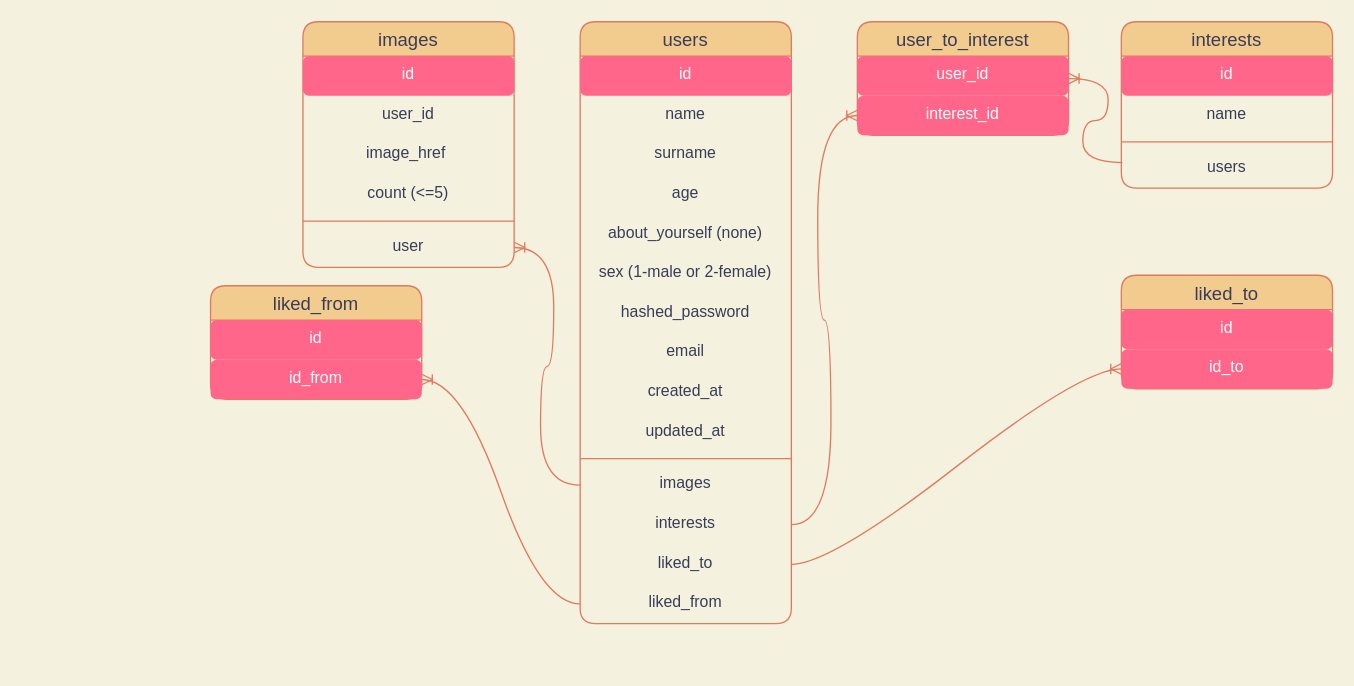
Earlier version of the draw.io diagram Diagram/Database.drawio (andrey-blight/ademy). Source tidied: cells renumbered, new cells numbered last; positions are measured from the earlier drawing's top-left corner, leaving out a move shared by most shapes. Both pictures are drawn from the tidied source at 132%, with x=0, y=0 at pixel (210, 21).
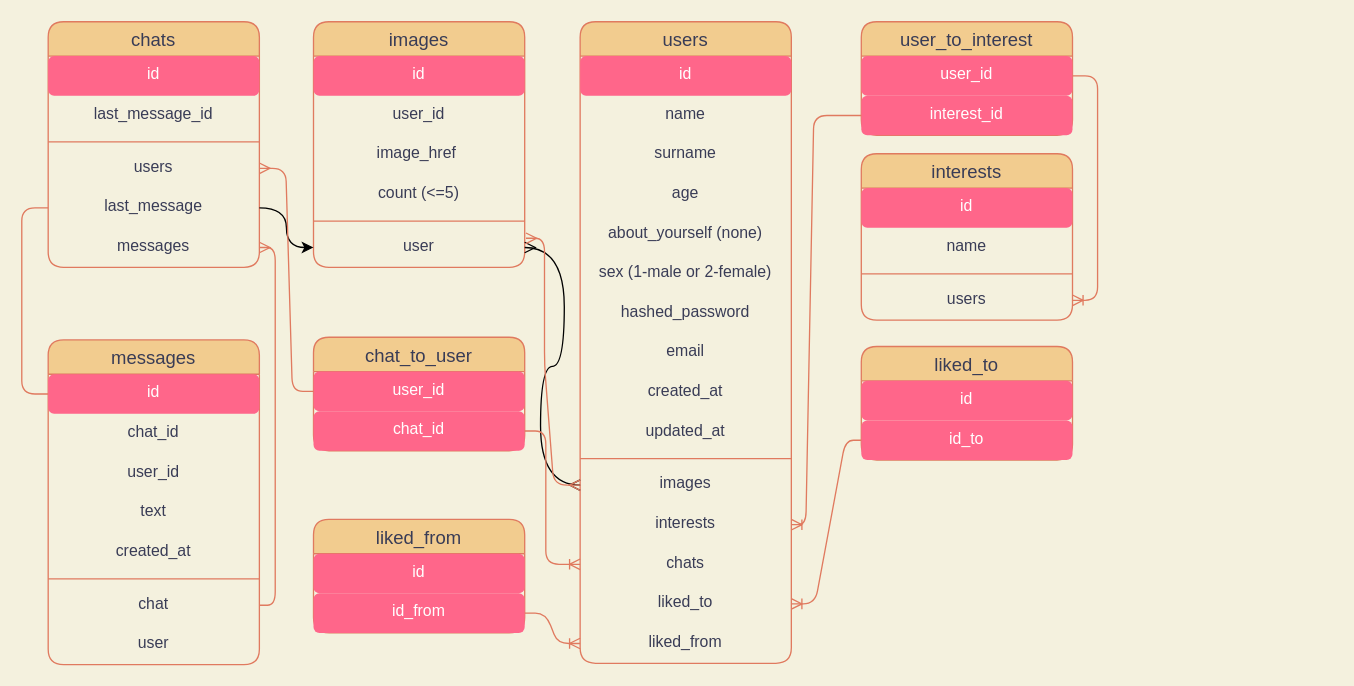
The same diagram, later.

Commit message (it also covers changes not shown here):
Edit database and database diagram

The change refers to these unchanged cells:
```xml
<mxCell id="14" value="images" style="text;spacingLeft=4;spacingRight=4;overflow=hidden;points=[[0,0.5],[1,0.5]];portConstraint=eastwest;fontSize=12;align=center;fontColor=#393C56;rounded=1;" parent="2" vertex="1">
  <mxGeometry y="336" width="160" height="30" as="geometry" />
</mxCell>
<mxCell id="15" value="interests" style="text;spacingLeft=4;spacingRight=4;overflow=hidden;points=[[0,0.5],[1,0.5]];portConstraint=eastwest;fontSize=12;align=center;fontColor=#393C56;rounded=1;" parent="2" vertex="1">
  <mxGeometry y="366" width="160" height="30" as="geometry" />
</mxCell>
<mxCell id="22" value="users" style="text;strokeColor=none;fillColor=none;spacingLeft=4;spacingRight=4;overflow=hidden;points=[[0,0.5],[1,0.5]];portConstraint=eastwest;fontSize=12;align=center;fontColor=#393C56;rounded=1;" parent="18" vertex="1">
  <mxGeometry y="96" width="160" height="30" as="geometry" />
</mxCell>
<mxCell id="24" value="user_id" style="text;spacingLeft=4;spacingRight=4;overflow=hidden;points=[[0,0.5],[1,0.5]];portConstraint=eastwest;fontSize=12;align=center;fillColor=#FF668A;strokeColor=none;fontColor=#ffffff;rounded=1;" parent="23" vertex="1">
  <mxGeometry y="26" width="160" height="30" as="geometry" />
</mxCell>
<mxCell id="25" value="interest_id" style="text;spacingLeft=4;spacingRight=4;overflow=hidden;points=[[0,0.5],[1,0.5]];portConstraint=eastwest;fontSize=12;align=center;fillColor=#FF668A;strokeColor=none;fontColor=#ffffff;rounded=1;" parent="23" vertex="1">
  <mxGeometry y="56" width="160" height="30" as="geometry" />
</mxCell>
<mxCell id="34" value="user" style="text;strokeColor=none;fillColor=none;spacingLeft=4;spacingRight=4;overflow=hidden;points=[[0,0.5],[1,0.5]];portConstraint=eastwest;fontSize=12;align=center;fontColor=#393C56;rounded=1;" parent="28" vertex="1">
  <mxGeometry y="156" width="160" height="30" as="geometry" />
</mxCell>
<mxCell id="38" value="id_to" style="text;spacingLeft=4;spacingRight=4;overflow=hidden;points=[[0,0.5],[1,0.5]];portConstraint=eastwest;fontSize=12;align=center;fillColor=#FF668A;strokeColor=none;fontColor=#ffffff;rounded=1;" parent="36" vertex="1">
  <mxGeometry y="56" width="160" height="30" as="geometry" />
</mxCell>
<mxCell id="42" value="id_from" style="text;spacingLeft=4;spacingRight=4;overflow=hidden;points=[[0,0.5],[1,0.5]];portConstraint=eastwest;fontSize=12;align=center;fillColor=#FF668A;strokeColor=none;fontColor=#ffffff;rounded=1;" parent="40" vertex="1">
  <mxGeometry y="56" width="160" height="30" as="geometry" />
</mxCell>
```

The edit, as a diff of the source:
```diff
@@
     <mxCell id="2" value="users" style="swimlane;fontStyle=0;horizontal=1;startSize=26;align=center;fontSize=14;fillColor=#F2CC8F;strokeColor=#E07A5F;fontColor=#393C56;rounded=1;" parent="1" vertex="1">
-      <mxGeometry x="280" width="160" height="456" as="geometry" />
+      <mxGeometry x="280" width="160" height="486" as="geometry" />
     </mxCell>
@@
+    <mxCell id="44" value="chats" style="text;spacingLeft=4;spacingRight=4;overflow=hidden;points=[[0,0.5],[1,0.5]];portConstraint=eastwest;fontSize=12;align=center;fontColor=#393C56;rounded=1;" parent="2" vertex="1">
+      <mxGeometry y="396" width="160" height="30" as="geometry" />
+    </mxCell>
     <mxCell id="16" value="liked_to" style="text;spacingLeft=4;spacingRight=4;overflow=hidden;points=[[0,0.5],[1,0.5]];portConstraint=eastwest;fontSize=12;align=center;fontColor=#393C56;rounded=1;" parent="2" vertex="1">
-      <mxGeometry y="396" width="160" height="30" as="geometry" />
+      <mxGeometry y="426" width="160" height="30" as="geometry" />
     </mxCell>
     <mxCell id="17" value="liked_from" style="text;spacingLeft=4;spacingRight=4;overflow=hidden;points=[[0,0.5],[1,0.5]];portConstraint=eastwest;fontSize=12;align=center;fontColor=#393C56;rounded=1;" parent="2" vertex="1">
-      <mxGeometry y="426" width="160" height="30" as="geometry" />
+      <mxGeometry y="456" width="160" height="30" as="geometry" />
     </mxCell>
     <mxCell id="18" value="interests" style="swimlane;fontStyle=0;horizontal=1;startSize=26;align=center;fontSize=14;fillColor=#F2CC8F;strokeColor=#E07A5F;fontColor=#393C56;rounded=1;" parent="1" vertex="1">
-      <mxGeometry x="690" width="160" height="126" as="geometry" />
+      <mxGeometry x="493" y="100" width="160" height="126" as="geometry" />
     </mxCell>
@@
     <mxCell id="23" value="user_to_interest" style="swimlane;fontStyle=0;horizontal=1;startSize=26;align=center;fontSize=14;fillColor=#F2CC8F;strokeColor=#E07A5F;fontColor=#393C56;rounded=1;" parent="1" vertex="1">
-      <mxGeometry x="490" width="160" height="86" as="geometry" />
+      <mxGeometry x="493" width="160" height="86" as="geometry" />
     </mxCell>
@@
-    <mxCell id="26" style="edgeStyle=entityRelationEdgeStyle;fontSize=12;html=1;endArrow=ERoneToMany;exitX=0.005;exitY=0.355;exitDx=0;exitDy=0;exitPerimeter=0;entryX=1;entryY=0.5;entryDx=0;entryDy=0;labelBackgroundColor=#F4F1DE;strokeColor=#E07A5F;fontColor=#393C56;curved=1;" parent="1" edge="1" source="22" target="23">
-      <mxGeometry relative="1" as="geometry" />
+    <mxCell id="26" style="fontSize=12;html=1;endArrow=ERoneToMany;exitX=1;exitY=0.5;exitDx=0;exitDy=0;labelBackgroundColor=#F4F1DE;strokeColor=#E07A5F;fontColor=#393C56;entryX=1;entryY=0.5;entryDx=0;entryDy=0;" parent="1" edge="1" source="24" target="22">
+      <mxGeometry relative="1" as="geometry">
+        <Array as="points">
+          <mxPoint x="672" y="41" />
+          <mxPoint x="672" y="211" />
+        </Array>
+      </mxGeometry>
     </mxCell>
-    <mxCell id="27" style="edgeStyle=entityRelationEdgeStyle;fontSize=12;html=1;endArrow=ERoneToMany;exitX=1;exitY=0.5;exitDx=0;exitDy=0;labelBackgroundColor=#F4F1DE;strokeColor=#E07A5F;fontColor=#393C56;curved=1;" parent="1" edge="1" source="15" target="25">
-      <mxGeometry relative="1" as="geometry" />
+    <mxCell id="27" style="fontSize=12;html=1;endArrow=ERoneToMany;exitX=0;exitY=0.5;exitDx=0;exitDy=0;labelBackgroundColor=#F4F1DE;strokeColor=#E07A5F;fontColor=#393C56;entryX=1;entryY=0.5;entryDx=0;entryDy=0;" parent="1" edge="1" source="25" target="15">
+      <mxGeometry relative="1" as="geometry">
+        <Array as="points">
+          <mxPoint x="457" y="71" />
+          <mxPoint x="451" y="381" />
+        </Array>
+      </mxGeometry>
     </mxCell>
     <mxCell id="28" value="images" style="swimlane;fontStyle=0;horizontal=1;startSize=26;align=center;fontSize=14;fillColor=#F2CC8F;strokeColor=#E07A5F;fontColor=#393C56;rounded=1;" parent="1" vertex="1">
-      <mxGeometry x="70" width="160" height="186" as="geometry" />
+      <mxGeometry x="78" width="160" height="186" as="geometry" />
     </mxCell>
@@
-    <mxCell id="35" style="edgeStyle=entityRelationEdgeStyle;fontSize=12;html=1;endArrow=ERoneToMany;entryX=1;entryY=0.5;entryDx=0;entryDy=0;exitX=0;exitY=0.5;exitDx=0;exitDy=0;labelBackgroundColor=#F4F1DE;strokeColor=#E07A5F;fontColor=#393C56;curved=1;" parent="1" edge="1" source="14" target="34">
-      <mxGeometry relative="1" as="geometry" />
-    </mxCell>
     <mxCell id="36" value="liked_to" style="swimlane;fontStyle=0;horizontal=1;startSize=26;align=center;fontSize=14;fillColor=#F2CC8F;strokeColor=#E07A5F;fontColor=#393C56;rounded=1;" parent="1" vertex="1">
-      <mxGeometry x="690" y="192" width="160" height="86" as="geometry" />
+      <mxGeometry x="493" y="246" width="160" height="86" as="geometry" />
     </mxCell>
@@
-    <mxCell id="39" style="edgeStyle=entityRelationEdgeStyle;fontSize=12;html=1;endArrow=ERoneToMany;exitX=1;exitY=0.5;exitDx=0;exitDy=0;labelBackgroundColor=#F4F1DE;strokeColor=#E07A5F;fontColor=#393C56;curved=1;" parent="1" edge="1" source="16" target="38">
-      <mxGeometry relative="1" as="geometry" />
+    <mxCell id="39" style="fontSize=12;html=1;endArrow=ERoneToMany;labelBackgroundColor=#F4F1DE;strokeColor=#E07A5F;fontColor=#393C56;entryX=1;entryY=0.5;entryDx=0;entryDy=0;exitX=0;exitY=0.5;exitDx=0;exitDy=0;" parent="1" edge="1" source="38" target="16">
+      <mxGeometry relative="1" as="geometry">
+        <Array as="points">
+          <mxPoint x="481" y="317" />
+          <mxPoint x="458" y="441" />
+        </Array>
+      </mxGeometry>
     </mxCell>
+    <mxCell id="43" style="fontSize=12;html=1;endArrow=ERoneToMany;entryX=0;entryY=0.5;entryDx=0;entryDy=0;labelBackgroundColor=#F4F1DE;strokeColor=#E07A5F;fontColor=#393C56;exitX=1;exitY=0.5;exitDx=0;exitDy=0;" parent="1" edge="1" source="42" target="17">
+      <mxGeometry relative="1" as="geometry">
+        <Array as="points">
+          <mxPoint x="254" y="448" />
+          <mxPoint x="263" y="471" />
+        </Array>
+      </mxGeometry>
+    </mxCell>
+    <mxCell id="45" value="chats" style="swimlane;fontStyle=0;horizontal=1;startSize=26;align=center;fontSize=14;fillColor=#F2CC8F;strokeColor=#E07A5F;fontColor=#393C56;rounded=1;" parent="1" vertex="1">
+      <mxGeometry x="-123" width="160" height="186" as="geometry" />
+    </mxCell>
+    <mxCell id="46" value="id" style="text;spacingLeft=4;spacingRight=4;overflow=hidden;fontSize=12;align=center;fillColor=#FF668A;strokeColor=none;fontColor=#ffffff;rounded=1;" parent="45" vertex="1">
+      <mxGeometry y="26" width="160" height="30" as="geometry" />
+    </mxCell>
+    <mxCell id="47" value="last_message_id" style="text;strokeColor=none;fillColor=none;spacingLeft=4;spacingRight=4;overflow=hidden;fontSize=12;align=center;fontColor=#393C56;rounded=1;" parent="45" vertex="1">
+      <mxGeometry y="56" width="160" height="30" as="geometry" />
+    </mxCell>
+    <mxCell id="48" style="line;strokeWidth=1;dashed=0;labelPosition=right;align=left;verticalAlign=middle;spacingTop=0;spacingLeft=6;labelBackgroundColor=#F4F1DE;fillColor=#F2CC8F;strokeColor=#E07A5F;fontColor=#393C56;rounded=1;" parent="45" vertex="1">
+      <mxGeometry y="86" width="160" height="10" as="geometry" />
+    </mxCell>
+    <mxCell id="49" value="users" style="text;strokeColor=none;fillColor=none;spacingLeft=4;spacingRight=4;overflow=hidden;points=[[0,0.5],[1,0.5]];portConstraint=eastwest;fontSize=12;align=center;fontColor=#393C56;rounded=1;" parent="45" vertex="1">
+      <mxGeometry y="96" width="160" height="30" as="geometry" />
+    </mxCell>
+    <mxCell id="50" value="last_message" style="text;strokeColor=none;fillColor=none;spacingLeft=4;spacingRight=4;overflow=hidden;points=[[0,0.5],[1,0.5]];portConstraint=eastwest;fontSize=12;align=center;fontColor=#393C56;rounded=1;" parent="45" vertex="1">
+      <mxGeometry y="126" width="160" height="30" as="geometry" />
+    </mxCell>
+    <mxCell id="51" value="messages" style="text;strokeColor=none;fillColor=none;spacingLeft=4;spacingRight=4;overflow=hidden;points=[[0,0.5],[1,0.5]];portConstraint=eastwest;fontSize=12;align=center;fontColor=#393C56;rounded=1;" parent="45" vertex="1">
+      <mxGeometry y="156" width="160" height="30" as="geometry" />
+    </mxCell>
+    <mxCell id="52" style="edgeStyle=orthogonalEdgeStyle;jettySize=auto;html=1;curved=1;" parent="1" edge="1" source="50" target="34">
+      <mxGeometry relative="1" as="geometry" />
+    </mxCell>
+    <mxCell id="53" value="chat_to_user" style="swimlane;fontStyle=0;horizontal=1;startSize=26;align=center;fontSize=14;fillColor=#F2CC8F;strokeColor=#E07A5F;fontColor=#393C56;rounded=1;" parent="1" vertex="1">
+      <mxGeometry x="78" y="239" width="160" height="86" as="geometry" />
+    </mxCell>
+    <mxCell id="54" value="user_id" style="text;spacingLeft=4;spacingRight=4;overflow=hidden;points=[[0,0.5],[1,0.5]];portConstraint=eastwest;fontSize=12;align=center;fillColor=#FF668A;strokeColor=none;fontColor=#ffffff;rounded=1;" parent="53" vertex="1">
+      <mxGeometry y="26" width="160" height="30" as="geometry" />
+    </mxCell>
+    <mxCell id="55" value="chat_id" style="text;spacingLeft=4;spacingRight=4;overflow=hidden;points=[[0,0.5],[1,0.5]];portConstraint=eastwest;fontSize=12;align=center;fillColor=#FF668A;strokeColor=none;fontColor=#ffffff;rounded=1;" parent="53" vertex="1">
+      <mxGeometry y="56" width="160" height="30" as="geometry" />
+    </mxCell>
+    <mxCell id="35" style="edgeStyle=entityRelationEdgeStyle;fontSize=12;html=1;endArrow=ERmany;startArrow=ERmany;exitX=0;exitY=0.5;exitDx=0;exitDy=0;entryX=1;entryY=0.5;entryDx=0;entryDy=0;curved=1;" parent="1" edge="1" source="14" target="34">
+      <mxGeometry relative="1" as="geometry" />
+    </mxCell>
+    <mxCell id="56" style="fontSize=12;html=1;endArrow=ERmany;startArrow=ERmany;entryX=0;entryY=0.5;entryDx=0;entryDy=0;exitX=1.006;exitY=0.267;exitDx=0;exitDy=0;exitPerimeter=0;fillColor=#60a917;strokeColor=#E07A5F;" parent="1" edge="1" source="34" target="14">
+      <mxGeometry relative="1" as="geometry">
+        <Array as="points">
+          <mxPoint x="253" y="164" />
+          <mxPoint x="253" y="260" />
+          <mxPoint x="260" y="351" />
+        </Array>
+      </mxGeometry>
+    </mxCell>
+    <mxCell id="57" style="fontSize=12;html=1;endArrow=ERoneToMany;exitX=1;exitY=0.5;exitDx=0;exitDy=0;labelBackgroundColor=#F4F1DE;strokeColor=#E07A5F;fontColor=#393C56;sketch=0;shadow=0;fixDash=1;strokeWidth=1;comic=0;orthogonal=0;entryX=0;entryY=0.5;entryDx=0;entryDy=0;" parent="1" edge="1" source="55" target="44">
+      <mxGeometry relative="1" as="geometry">
+        <Array as="points">
+          <mxPoint x="254" y="310" />
+          <mxPoint x="254" y="411" />
+        </Array>
+      </mxGeometry>
+    </mxCell>
+    <mxCell id="58" style="fontSize=12;html=1;endArrow=none;startArrow=ERmany;entryX=0;entryY=0.5;entryDx=0;entryDy=0;fillColor=#60a917;strokeColor=#E07A5F;endFill=0;exitX=1;exitY=0.5;exitDx=0;exitDy=0;" parent="1" edge="1" source="49" target="54">
+      <mxGeometry relative="1" as="geometry">
+        <Array as="points">
+          <mxPoint x="57" y="111" />
+          <mxPoint x="62" y="280" />
+        </Array>
+      </mxGeometry>
+    </mxCell>
     <mxCell id="40" value="liked_from" style="swimlane;fontStyle=0;horizontal=1;startSize=26;align=center;fontSize=14;fillColor=#F2CC8F;strokeColor=#E07A5F;fontColor=#393C56;rounded=1;" parent="1" vertex="1">
-      <mxGeometry y="200" width="160" height="86" as="geometry" />
+      <mxGeometry x="78" y="377" width="160" height="86" as="geometry" />
     </mxCell>
@@
-    <mxCell id="43" style="edgeStyle=entityRelationEdgeStyle;fontSize=12;html=1;endArrow=ERoneToMany;exitX=0;exitY=0.5;exitDx=0;exitDy=0;entryX=1;entryY=0.5;entryDx=0;entryDy=0;labelBackgroundColor=#F4F1DE;strokeColor=#E07A5F;fontColor=#393C56;curved=1;" parent="1" edge="1" source="17" target="42">
-      <mxGeometry relative="1" as="geometry" />
-    </mxCell>
+    <mxCell id="59" value="messages" style="swimlane;fontStyle=0;horizontal=1;startSize=26;align=center;fontSize=14;fillColor=#F2CC8F;strokeColor=#E07A5F;fontColor=#393C56;rounded=1;" parent="1" vertex="1">
+      <mxGeometry x="-123" y="241" width="160" height="246" as="geometry" />
+    </mxCell>
+    <mxCell id="60" value="id" style="text;spacingLeft=4;spacingRight=4;overflow=hidden;points=[[0,0.5],[1,0.5]];portConstraint=eastwest;fontSize=12;align=center;fillColor=#FF668A;strokeColor=none;fontColor=#ffffff;rounded=1;" parent="59" vertex="1">
+      <mxGeometry y="26" width="160" height="30" as="geometry" />
+    </mxCell>
+    <mxCell id="61" value="chat_id" style="text;strokeColor=none;fillColor=none;spacingLeft=4;spacingRight=4;overflow=hidden;fontSize=12;align=center;fontColor=#393C56;rounded=1;" parent="59" vertex="1">
+      <mxGeometry y="56" width="160" height="30" as="geometry" />
+    </mxCell>
+    <mxCell id="62" value="user_id" style="text;strokeColor=none;fillColor=none;spacingLeft=4;spacingRight=4;overflow=hidden;fontSize=12;align=center;fontColor=#393C56;rounded=1;" parent="59" vertex="1">
+      <mxGeometry y="86" width="160" height="30" as="geometry" />
+    </mxCell>
+    <mxCell id="63" value="text" style="text;strokeColor=none;fillColor=none;spacingLeft=4;spacingRight=4;overflow=hidden;fontSize=12;align=center;fontColor=#393C56;rounded=1;" parent="59" vertex="1">
+      <mxGeometry y="116" width="160" height="30" as="geometry" />
+    </mxCell>
+    <mxCell id="64" value="created_at" style="text;strokeColor=none;fillColor=none;spacingLeft=4;spacingRight=4;overflow=hidden;fontSize=12;align=center;fontColor=#393C56;rounded=1;" parent="59" vertex="1">
+      <mxGeometry y="146" width="160" height="30" as="geometry" />
+    </mxCell>
+    <mxCell id="65" style="line;strokeWidth=1;dashed=0;labelPosition=right;align=left;verticalAlign=middle;spacingTop=0;spacingLeft=6;labelBackgroundColor=#F4F1DE;fillColor=#F2CC8F;strokeColor=#E07A5F;fontColor=#393C56;rounded=1;" parent="59" vertex="1">
+      <mxGeometry y="176" width="160" height="10" as="geometry" />
+    </mxCell>
+    <mxCell id="66" value="chat" style="text;strokeColor=none;fillColor=none;spacingLeft=4;spacingRight=4;overflow=hidden;points=[[0,0.5],[1,0.5]];portConstraint=eastwest;fontSize=12;align=center;fontColor=#393C56;rounded=1;" parent="59" vertex="1">
+      <mxGeometry y="186" width="160" height="30" as="geometry" />
+    </mxCell>
+    <mxCell id="67" value="user" style="text;strokeColor=none;fillColor=none;spacingLeft=4;spacingRight=4;overflow=hidden;fontSize=12;align=center;fontColor=#393C56;rounded=1;" parent="59" vertex="1">
+      <mxGeometry y="216" width="160" height="30" as="geometry" />
+    </mxCell>
+    <mxCell id="68" style="fontSize=12;html=1;endArrow=none;startArrow=none;entryX=0;entryY=0.5;entryDx=0;entryDy=0;fillColor=#60a917;strokeColor=#E07A5F;endFill=0;exitX=0;exitY=0.5;exitDx=0;exitDy=0;startFill=0;" parent="1" edge="1" source="50" target="60">
+      <mxGeometry relative="1" as="geometry">
+        <Array as="points">
+          <mxPoint x="-143" y="141" />
+          <mxPoint x="-143" y="282" />
+        </Array>
+      </mxGeometry>
+    </mxCell>
+    <mxCell id="69" style="fontSize=12;html=1;endArrow=none;startArrow=ERmany;entryX=1;entryY=0.5;entryDx=0;entryDy=0;fillColor=#60a917;strokeColor=#E07A5F;endFill=0;exitX=1;exitY=0.5;exitDx=0;exitDy=0;" parent="1" edge="1" source="51" target="66">
+      <mxGeometry relative="1" as="geometry">
+        <Array as="points">
+          <mxPoint x="49" y="171" />
+          <mxPoint x="49" y="442" />
+        </Array>
+      </mxGeometry>
+    </mxCell>
```
